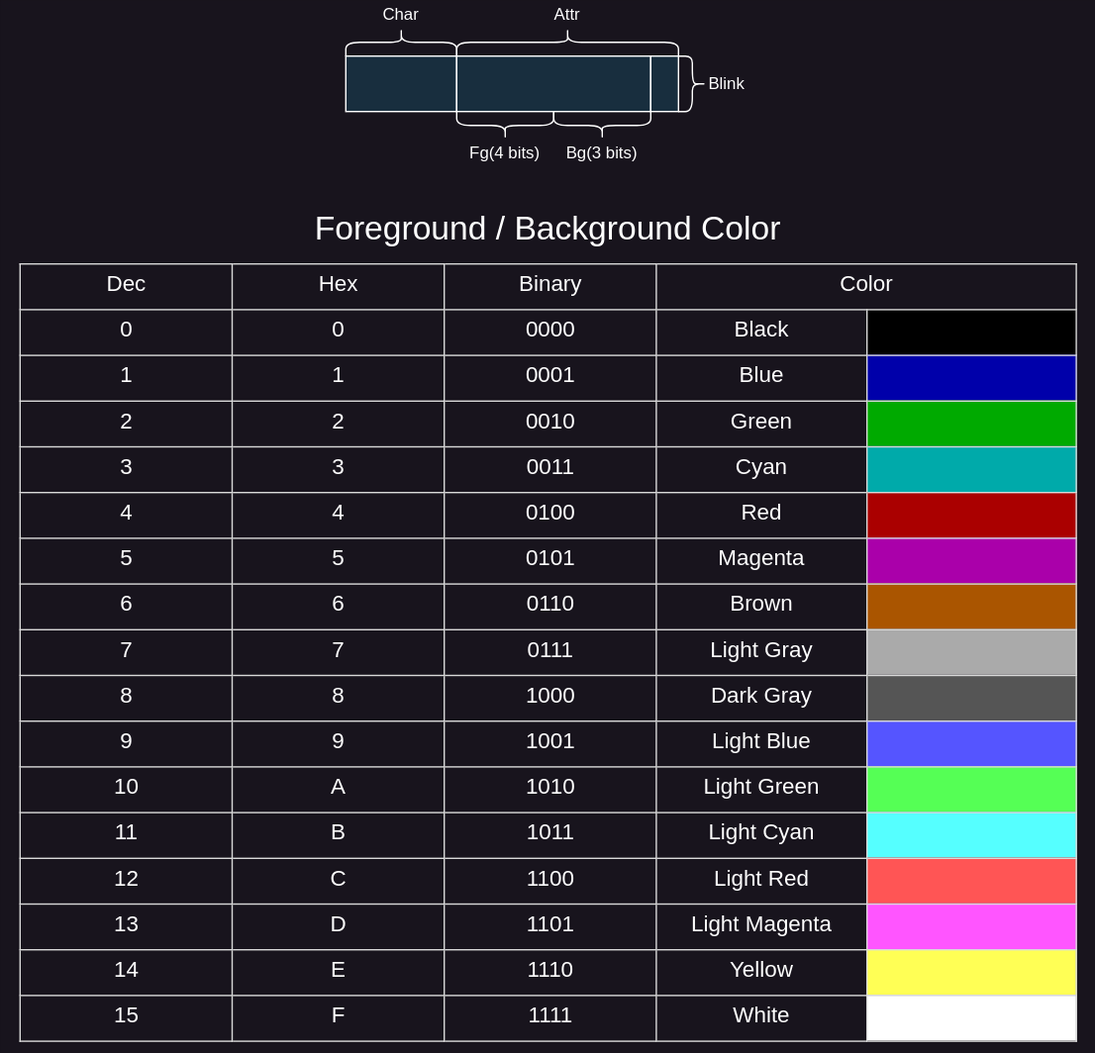
caoaolong/coding-soul-docs keeps this draw.io diagram as images/字符.svg. Above is the earlier version. Source tidied: cells renumbered, new cells last; positions are measured from the earlier drawing's top-left corner, leaving out a move shared by most shapes.
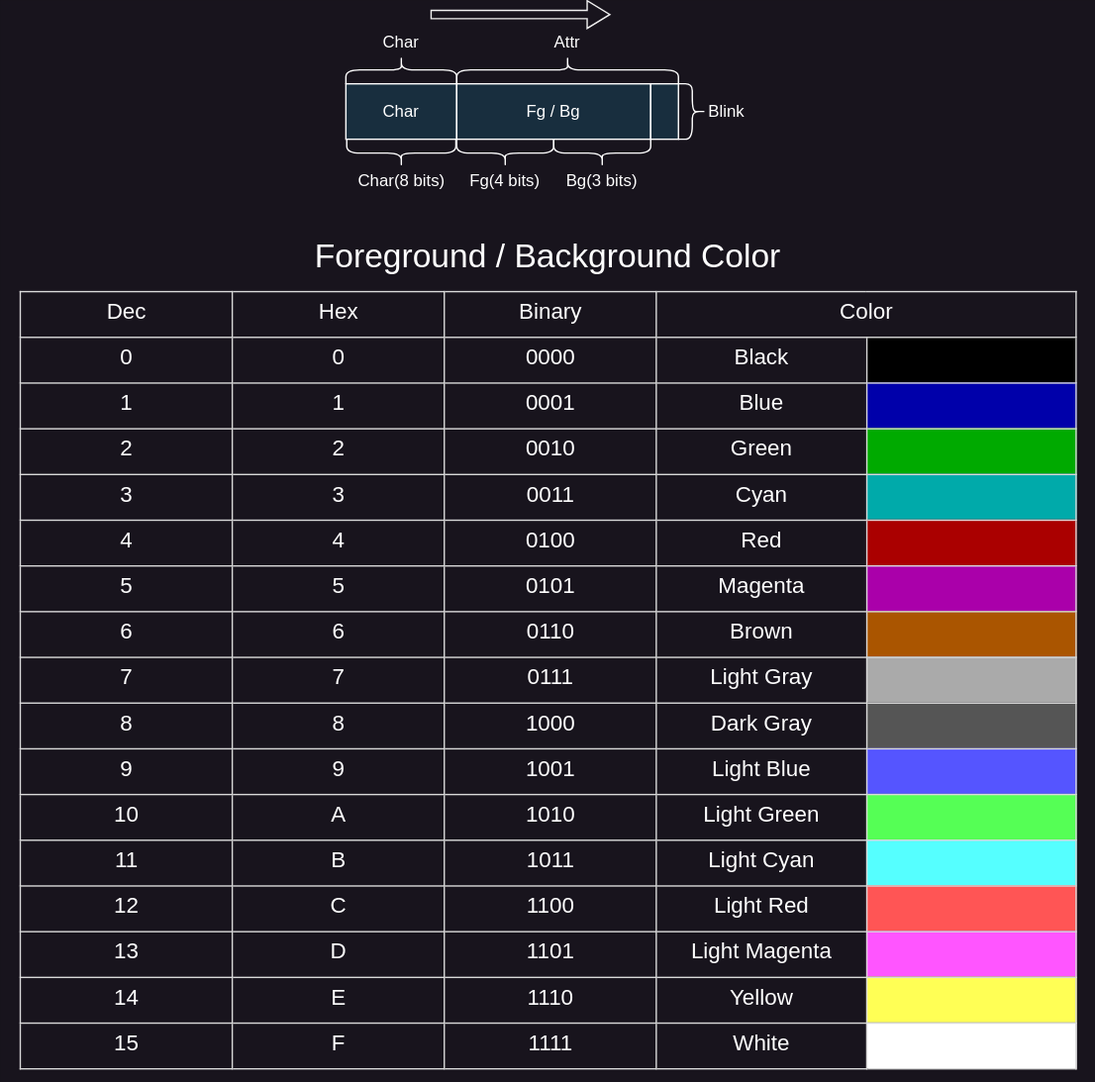
The same diagram one commit later.

Diff of the diagram source:
```diff
@@ -7,47 +7,56 @@
     </mxCell>
-    <mxCell id="3" style="group;" parent="1" vertex="1">
-      <mxGeometry x="249" y="50" width="290" height="120" as="geometry" />
-    </mxCell>
+    <mxCell id="17" value="Foreground / Background Color" style="text;html=1;align=center;verticalAlign=middle;whiteSpace=wrap;rounded=0;fontColor=#FFFFFF;fontSize=24;" parent="1" vertex="1">
+      <mxGeometry x="10" y="190" width="770" height="50" as="geometry" />
+    </mxCell>
-    <mxCell id="4" style="rounded=0;whiteSpace=wrap;html=1;strokeColor=#FFFFFF;fontColor=#FFFFFF;fillColor=#182E3E;" parent="3" vertex="1">
-      <mxGeometry y="40" width="80" height="40" as="geometry" />
+    <mxCell id="4" value="Char" style="rounded=0;whiteSpace=wrap;html=1;strokeColor=#FFFFFF;fontColor=#FFFFFF;fillColor=#182E3E;" parent="1" vertex="1">
+      <mxGeometry x="249" y="90" width="80" height="40" as="geometry" />
     </mxCell>
-    <mxCell id="5" style="rounded=0;whiteSpace=wrap;html=1;strokeColor=#FFFFFF;fontColor=#FFFFFF;fillColor=#182E3E;" parent="3" vertex="1">
-      <mxGeometry x="80" y="40" width="140" height="40" as="geometry" />
+    <mxCell id="5" value="Fg / Bg" style="rounded=0;whiteSpace=wrap;html=1;strokeColor=#FFFFFF;fontColor=#FFFFFF;fillColor=#182E3E;" parent="1" vertex="1">
+      <mxGeometry x="329" y="90" width="140" height="40" as="geometry" />
     </mxCell>
-    <mxCell id="6" style="shape=curlyBracket;whiteSpace=wrap;html=1;rounded=1;labelPosition=left;verticalLabelPosition=middle;align=right;verticalAlign=middle;strokeColor=#FFFFFF;fontColor=#FFFFFF;fillColor=#182E3E;rotation=90;" parent="3" vertex="1">
-      <mxGeometry x="30" y="-10" width="20" height="80" as="geometry" />
+    <mxCell id="6" style="shape=curlyBracket;whiteSpace=wrap;html=1;rounded=1;labelPosition=left;verticalLabelPosition=middle;align=right;verticalAlign=middle;strokeColor=#FFFFFF;fontColor=#FFFFFF;fillColor=#182E3E;rotation=90;" parent="1" vertex="1">
+      <mxGeometry x="279" y="40" width="20" height="80" as="geometry" />
     </mxCell>
-    <mxCell id="7" style="shape=curlyBracket;whiteSpace=wrap;html=1;rounded=1;labelPosition=left;verticalLabelPosition=middle;align=right;verticalAlign=middle;strokeColor=#FFFFFF;fontColor=#FFFFFF;fillColor=#182E3E;rotation=90;" parent="3" vertex="1">
-      <mxGeometry x="150" y="-50" width="20" height="160" as="geometry" />
+    <mxCell id="7" style="shape=curlyBracket;whiteSpace=wrap;html=1;rounded=1;labelPosition=left;verticalLabelPosition=middle;align=right;verticalAlign=middle;strokeColor=#FFFFFF;fontColor=#FFFFFF;fillColor=#182E3E;rotation=90;" parent="1" vertex="1">
+      <mxGeometry x="399" width="20" height="160" as="geometry" />
     </mxCell>
-    <mxCell id="8" value="Char" style="text;html=1;align=center;verticalAlign=middle;whiteSpace=wrap;rounded=0;fontColor=#FFFFFF;" parent="3" vertex="1">
-      <mxGeometry width="80" height="20" as="geometry" />
+    <mxCell id="8" value="Char" style="text;html=1;align=center;verticalAlign=middle;whiteSpace=wrap;rounded=0;fontColor=#FFFFFF;" parent="1" vertex="1">
+      <mxGeometry x="249" y="50" width="80" height="20" as="geometry" />
     </mxCell>
-    <mxCell id="9" value="Attr" style="text;html=1;align=center;verticalAlign=middle;whiteSpace=wrap;rounded=0;fontColor=#FFFFFF;" parent="3" vertex="1">
-      <mxGeometry x="80" width="160" height="20" as="geometry" />
+    <mxCell id="9" value="Attr" style="text;html=1;align=center;verticalAlign=middle;whiteSpace=wrap;rounded=0;fontColor=#FFFFFF;" parent="1" vertex="1">
+      <mxGeometry x="329" y="50" width="160" height="20" as="geometry" />
     </mxCell>
-    <mxCell id="10" style="shape=curlyBracket;whiteSpace=wrap;html=1;rounded=1;labelPosition=left;verticalLabelPosition=middle;align=right;verticalAlign=middle;strokeColor=#FFFFFF;fontColor=#FFFFFF;fillColor=#182E3E;rotation=-90;" parent="3" vertex="1">
-      <mxGeometry x="105" y="55" width="20" height="70" as="geometry" />
+    <mxCell id="10" style="shape=curlyBracket;whiteSpace=wrap;html=1;rounded=1;labelPosition=left;verticalLabelPosition=middle;align=right;verticalAlign=middle;strokeColor=#FFFFFF;fontColor=#FFFFFF;fillColor=#182E3E;rotation=-90;" parent="1" vertex="1">
+      <mxGeometry x="354" y="105" width="20" height="70" as="geometry" />
     </mxCell>
-    <mxCell id="11" style="shape=curlyBracket;whiteSpace=wrap;html=1;rounded=1;labelPosition=left;verticalLabelPosition=middle;align=right;verticalAlign=middle;strokeColor=#FFFFFF;fontColor=#FFFFFF;fillColor=#182E3E;rotation=-90;" parent="3" vertex="1">
-      <mxGeometry x="175" y="55" width="20" height="70" as="geometry" />
+    <mxCell id="11" style="shape=curlyBracket;whiteSpace=wrap;html=1;rounded=1;labelPosition=left;verticalLabelPosition=middle;align=right;verticalAlign=middle;strokeColor=#FFFFFF;fontColor=#FFFFFF;fillColor=#182E3E;rotation=-90;" parent="1" vertex="1">
+      <mxGeometry x="424" y="105" width="20" height="70" as="geometry" />
     </mxCell>
-    <mxCell id="12" value="Fg(4 bits)" style="text;html=1;align=center;verticalAlign=middle;whiteSpace=wrap;rounded=0;fontColor=#FFFFFF;" parent="3" vertex="1">
-      <mxGeometry x="80" y="100" width="70" height="20" as="geometry" />
+    <mxCell id="12" value="Fg(4 bits)" style="text;html=1;align=center;verticalAlign=middle;whiteSpace=wrap;rounded=0;fontColor=#FFFFFF;" parent="1" vertex="1">
+      <mxGeometry x="329" y="150" width="70" height="20" as="geometry" />
     </mxCell>
-    <mxCell id="13" value="Bg(3 bits)" style="text;html=1;align=center;verticalAlign=middle;whiteSpace=wrap;rounded=0;fontColor=#FFFFFF;" parent="3" vertex="1">
-      <mxGeometry x="150" y="100" width="70" height="20" as="geometry" />
+    <mxCell id="13" value="Bg(3 bits)" style="text;html=1;align=center;verticalAlign=middle;whiteSpace=wrap;rounded=0;fontColor=#FFFFFF;" parent="1" vertex="1">
+      <mxGeometry x="399" y="150" width="70" height="20" as="geometry" />
     </mxCell>
-    <mxCell id="14" style="rounded=0;whiteSpace=wrap;html=1;strokeColor=#FFFFFF;fontColor=#FFFFFF;fillColor=#182E3E;" parent="3" vertex="1">
-      <mxGeometry x="220" y="40" width="20" height="40" as="geometry" />
+    <mxCell id="14" style="rounded=0;whiteSpace=wrap;html=1;strokeColor=#FFFFFF;fontColor=#FFFFFF;fillColor=#182E3E;" parent="1" vertex="1">
+      <mxGeometry x="469" y="90" width="20" height="40" as="geometry" />
     </mxCell>
-    <mxCell id="15" style="shape=curlyBracket;whiteSpace=wrap;html=1;rounded=1;labelPosition=left;verticalLabelPosition=middle;align=right;verticalAlign=middle;strokeColor=#FFFFFF;fontColor=#FFFFFF;fillColor=#182E3E;rotation=-180;size=0.5;" parent="3" vertex="1">
-      <mxGeometry x="240" y="40" width="20" height="40" as="geometry" />
+    <mxCell id="15" style="shape=curlyBracket;whiteSpace=wrap;html=1;rounded=1;labelPosition=left;verticalLabelPosition=middle;align=right;verticalAlign=middle;strokeColor=#FFFFFF;fontColor=#FFFFFF;fillColor=#182E3E;rotation=-180;size=0.5;" parent="1" vertex="1">
+      <mxGeometry x="489" y="90" width="20" height="40" as="geometry" />
     </mxCell>
-    <mxCell id="16" value="Blink" style="text;html=1;align=center;verticalAlign=middle;whiteSpace=wrap;rounded=0;fontColor=#FFFFFF;" parent="3" vertex="1">
-      <mxGeometry x="260" y="50" width="30" height="20" as="geometry" />
+    <mxCell id="16" value="Blink" style="text;html=1;align=center;verticalAlign=middle;whiteSpace=wrap;rounded=0;fontColor=#FFFFFF;" parent="1" vertex="1">
+      <mxGeometry x="509" y="100" width="30" height="20" as="geometry" />
     </mxCell>
-    <mxCell id="17" value="Foreground / Background Color" style="text;html=1;align=center;verticalAlign=middle;whiteSpace=wrap;rounded=0;fontColor=#FFFFFF;fontSize=24;" parent="1" vertex="1">
-      <mxGeometry x="10" y="190" width="770" height="50" as="geometry" />
-    </mxCell>
+    <mxCell id="18" style="shape=curlyBracket;whiteSpace=wrap;html=1;rounded=1;labelPosition=left;verticalLabelPosition=middle;align=right;verticalAlign=middle;strokeColor=#FFFFFF;fontColor=#FFFFFF;fillColor=#182E3E;rotation=-90;" parent="1" vertex="1">
+      <mxGeometry x="279" y="100.6" width="20" height="78.8" as="geometry" />
+    </mxCell>
+    <mxCell id="19" value="Char(8 bits)" style="text;html=1;align=center;verticalAlign=middle;whiteSpace=wrap;rounded=0;fontColor=#FFFFFF;" parent="1" vertex="1">
+      <mxGeometry x="250" y="150" width="79" height="20" as="geometry" />
+    </mxCell>
+    <mxCell id="20" style="shape=flexArrow;endArrow=classic;html=1;rounded=0;width=6;endSize=5.13;endWidth=13;" parent="1" edge="1">
+      <mxGeometry relative="1" as="geometry">
+        <mxPoint x="310" y="40" as="sourcePoint" />
+        <mxPoint x="440" y="40" as="targetPoint" />
+      </mxGeometry>
+    </mxCell>
   </root>
```
